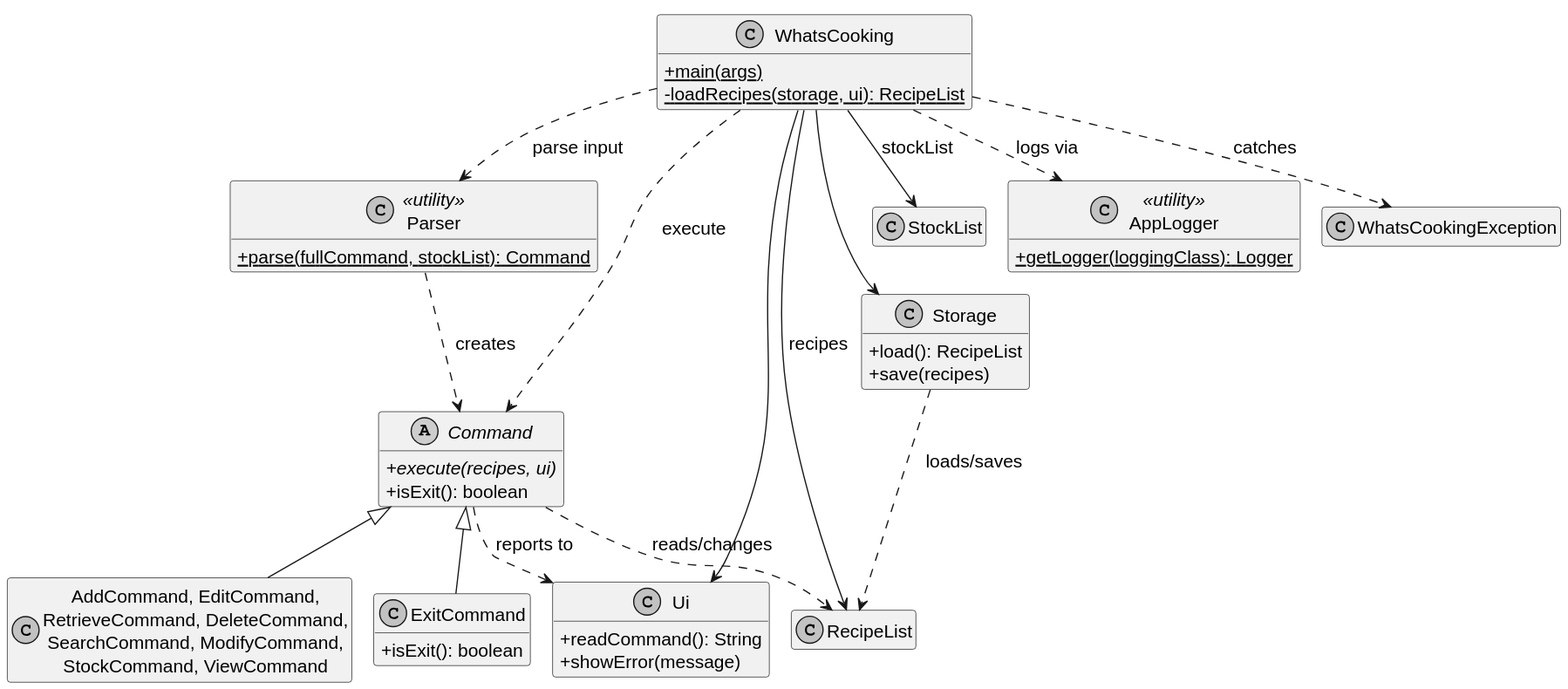
Earlier version of the PlantUML export docs/diagrams/architecture-classes.svg (AY2627S1-CS2113-W14-3/tp). Its diagram source:
```plantuml
@startuml
!pragma layout smetana
skinparam monochrome true
skinparam shadowing false
skinparam classAttributeIconSize 0
skinparam defaultFontName SansSerif
skinparam defaultFontSize 15
hide empty members
top to bottom direction

class WhatsCooking {
  +{static} main(args)
  -{static} loadRecipes(storage, ui): RecipeList
}
class Parser <<utility>> {
  +{static} parse(fullCommand, stockList): Command
}
abstract class Command {
  +{abstract} execute(recipes, ui)
  +isExit(): boolean
}
class "AddCommand, EditCommand,\nRetrieveCommand, DeleteCommand,\nSearchCommand, ModifyCommand,\nStockCommand, ViewCommand" as Others
class ExitCommand {
  +isExit(): boolean
}
class Ui {
  +readCommand(): String
  +showError(message)
}
class RecipeList
class StockList
class Storage {
  +load(): RecipeList
  +save(recipes)
}
class AppLogger <<utility>> {
  +{static} getLogger(loggingClass): Logger
}
class WhatsCookingException

WhatsCooking ..> Parser : parse input
WhatsCooking ..> Command : execute
WhatsCooking --> Ui
WhatsCooking --> Storage
WhatsCooking --> RecipeList : recipes
WhatsCooking --> StockList : stockList
Parser ..> Command : creates
Command <|-- Others
Command <|-- ExitCommand
Command ..> RecipeList : reads/changes
Command ..> Ui : reports to
Storage ..> RecipeList : loads/saves
WhatsCooking ..> WhatsCookingException : catches
WhatsCooking ..> AppLogger : logs via
@enduml
```
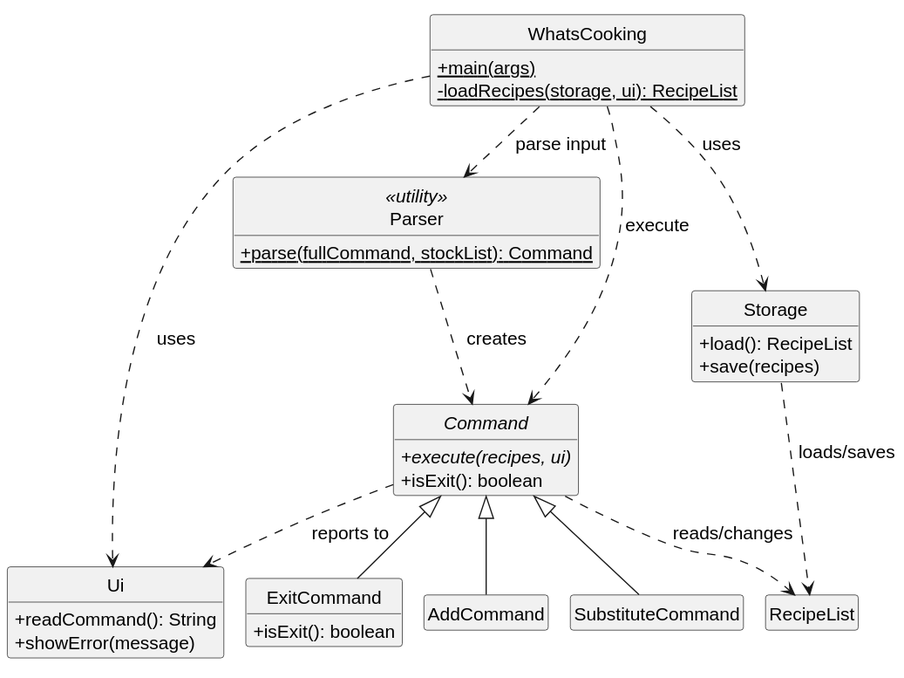
Later version of the same file.

Change to the diagram source:
```diff
@@ -6,6 +6,7 @@
 skinparam defaultFontName SansSerif
 skinparam defaultFontSize 15
 hide empty members
+hide circle
 top to bottom direction
 
 class WhatsCooking {
@@ -19,7 +20,8 @@
   +{abstract} execute(recipes, ui)
   +isExit(): boolean
 }
-class "AddCommand, EditCommand,\nRetrieveCommand, DeleteCommand,\nSearchCommand, ModifyCommand,\nStockCommand, ViewCommand" as Others
+class AddCommand
+class SubstituteCommand
 class ExitCommand {
   +isExit(): boolean
 }
@@ -28,28 +30,20 @@
   +showError(message)
 }
 class RecipeList
-class StockList
 class Storage {
   +load(): RecipeList
   +save(recipes)
 }
-class AppLogger <<utility>> {
-  +{static} getLogger(loggingClass): Logger
-}
-class WhatsCookingException
 
 WhatsCooking ..> Parser : parse input
 WhatsCooking ..> Command : execute
-WhatsCooking --> Ui
-WhatsCooking --> Storage
-WhatsCooking --> RecipeList : recipes
-WhatsCooking --> StockList : stockList
+WhatsCooking ..> Ui : uses
+WhatsCooking ..> Storage : uses
 Parser ..> Command : creates
-Command <|-- Others
+Command <|-- AddCommand
+Command <|-- SubstituteCommand
 Command <|-- ExitCommand
 Command ..> RecipeList : reads/changes
 Command ..> Ui : reports to
 Storage ..> RecipeList : loads/saves
-WhatsCooking ..> WhatsCookingException : catches
-WhatsCooking ..> AppLogger : logs via
 @enduml
```
